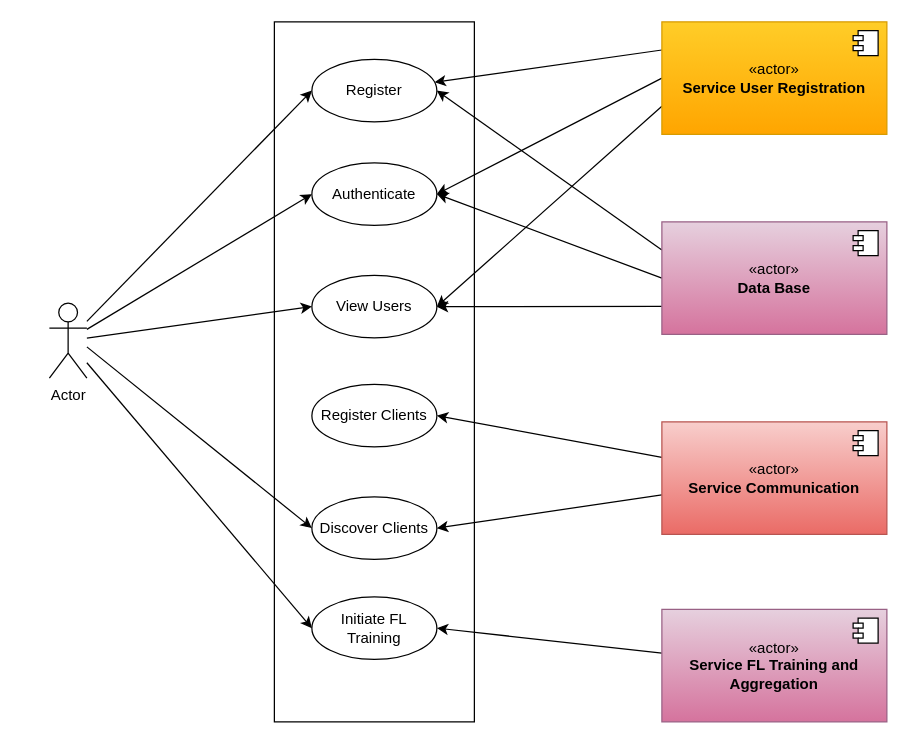
anandanlk/Drawings keeps this draw.io diagram as Thesis/Use case view.drawio. Above is the earlier version. Source tidied: cells renumbered, new cells numbered last; positions are measured from the earlier drawing's top-left corner, leaving out a move shared by most shapes. Both pictures are drawn from the tidied source at 125%, with x=0, y=0 at pixel (49, 21).
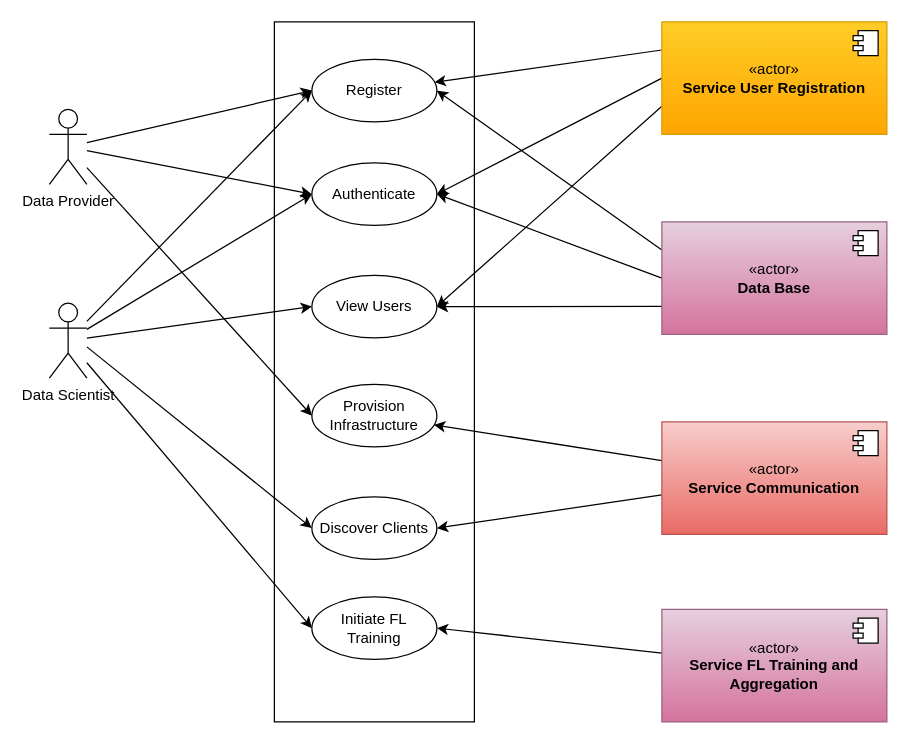
The same page after the edit.

The change refers to these unchanged cells:
```xml
<mxCell id="3" value="Register" style="shape=ellipse;html=1;dashed=0;whiteSpace=wrap;perimeter=ellipsePerimeter;" parent="1" vertex="1">
  <mxGeometry x="210" y="30" width="100" height="50" as="geometry" />
</mxCell>
<mxCell id="6" value="Authenticate" style="shape=ellipse;html=1;dashed=0;whiteSpace=wrap;perimeter=ellipsePerimeter;" parent="1" vertex="1">
  <mxGeometry x="210" y="112.8" width="100" height="50" as="geometry" />
</mxCell>
<mxCell id="18" value="«actor»&lt;br&gt;&lt;b&gt;Service Communication&lt;/b&gt;" style="html=1;whiteSpace=wrap;fillColor=#f8cecc;gradientColor=#ea6b66;strokeColor=#b85450;" parent="1" vertex="1">
  <mxGeometry x="490" y="320" width="180" height="90" as="geometry" />
</mxCell>
```

The edit, as a diff of the source:
```diff
@@
-    <mxCell id="16" style="rounded=0;jettySize=auto;html=1;entryX=1;entryY=0.5;entryDx=0;entryDy=0;" parent="1" edge="1" source="18" target="31">
-      <mxGeometry relative="1" as="geometry" />
-    </mxCell>
@@
+    <mxCell id="32" style="rounded=0;jettySize=auto;html=1;" parent="1" edge="1" source="18" target="37">
+      <mxGeometry relative="1" as="geometry" />
+    </mxCell>
@@
-    <mxCell id="30" value="Actor" style="shape=umlActor;verticalLabelPosition=bottom;verticalAlign=top;html=1;outlineConnect=0;" parent="1" vertex="1">
+    <mxCell id="30" value="Data Scientist" style="shape=umlActor;verticalLabelPosition=bottom;verticalAlign=top;html=1;outlineConnect=0;" parent="1" vertex="1">
       <mxGeometry y="225" width="30" height="60" as="geometry" />
     </mxCell>
-    <mxCell id="31" value="Register Clients" style="shape=ellipse;html=1;dashed=0;whiteSpace=wrap;perimeter=ellipsePerimeter;" parent="1" vertex="1">
-      <mxGeometry x="210" y="290" width="100" height="50" as="geometry" />
-    </mxCell>
+    <mxCell id="33" style="rounded=0;jettySize=auto;html=1;entryX=0;entryY=0.5;entryDx=0;entryDy=0;" parent="1" edge="1" source="36" target="37">
+      <mxGeometry relative="1" as="geometry" />
+    </mxCell>
+    <mxCell id="34" style="rounded=0;jettySize=auto;html=1;entryX=0;entryY=0.5;entryDx=0;entryDy=0;" parent="1" edge="1" source="36" target="6">
+      <mxGeometry relative="1" as="geometry" />
+    </mxCell>
+    <mxCell id="35" style="rounded=0;jettySize=auto;html=1;entryX=0;entryY=0.5;entryDx=0;entryDy=0;" parent="1" edge="1" source="36" target="3">
+      <mxGeometry relative="1" as="geometry" />
+    </mxCell>
+    <mxCell id="36" value="Data Provider" style="shape=umlActor;verticalLabelPosition=bottom;verticalAlign=top;html=1;outlineConnect=0;" parent="1" vertex="1">
+      <mxGeometry y="70" width="30" height="60" as="geometry" />
+    </mxCell>
+    <mxCell id="37" value="Provision Infrastructure" style="shape=ellipse;html=1;dashed=0;whiteSpace=wrap;perimeter=ellipsePerimeter;" parent="1" vertex="1">
+      <mxGeometry x="210" y="290" width="100" height="50" as="geometry" />
+    </mxCell>
```
